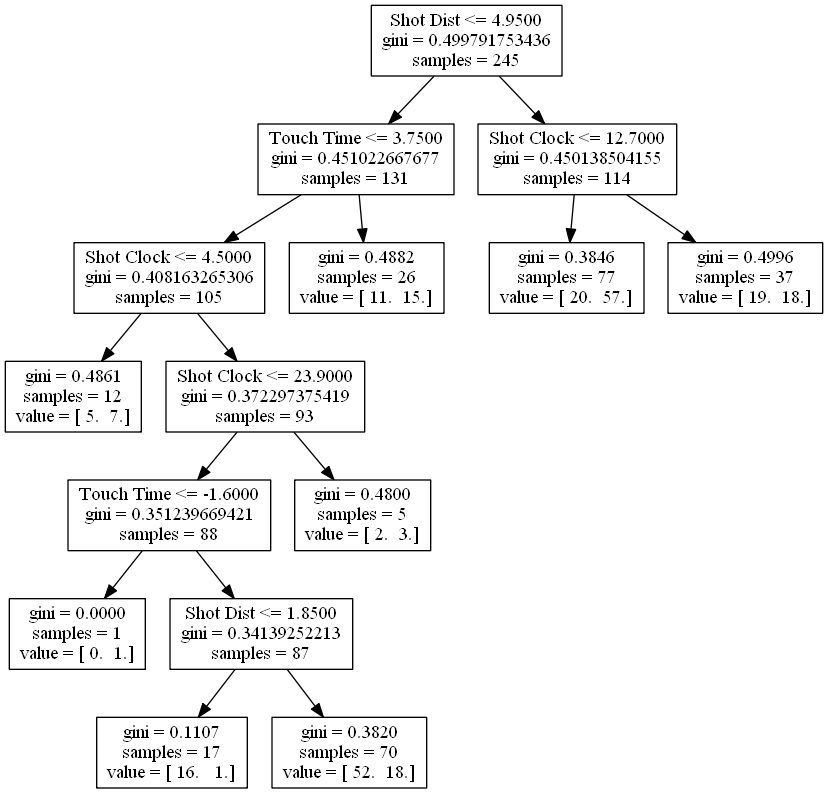
Before: demarcus_cousins.png, a diagram exported from Graphviz (bveber/Analyze_NBA). Its source is kept beside it as demarcus_cousins.dot. The source it was exported from:
```dot
digraph Tree {
0 [label="Shot Dist <= 4.9500\ngini = 0.499791753436\nsamples = 245", shape="box"] ;
1 [label="Touch Time <= 3.7500\ngini = 0.451022667677\nsamples = 131", shape="box"] ;
0 -> 1 ;
2 [label="Shot Clock <= 4.5000\ngini = 0.408163265306\nsamples = 105", shape="box"] ;
1 -> 2 ;
3 [label="gini = 0.4861\nsamples = 12\nvalue = [ 5.  7.]", shape="box"] ;
2 -> 3 ;
4 [label="Shot Clock <= 23.9000\ngini = 0.372297375419\nsamples = 93", shape="box"] ;
2 -> 4 ;
5 [label="Touch Time <= -1.6000\ngini = 0.351239669421\nsamples = 88", shape="box"] ;
4 -> 5 ;
6 [label="gini = 0.0000\nsamples = 1\nvalue = [ 0.  1.]", shape="box"] ;
5 -> 6 ;
7 [label="Shot Dist <= 1.8500\ngini = 0.34139252213\nsamples = 87", shape="box"] ;
5 -> 7 ;
8 [label="gini = 0.1107\nsamples = 17\nvalue = [ 16.   1.]", shape="box"] ;
7 -> 8 ;
9 [label="gini = 0.3820\nsamples = 70\nvalue = [ 52.  18.]", shape="box"] ;
7 -> 9 ;
10 [label="gini = 0.4800\nsamples = 5\nvalue = [ 2.  3.]", shape="box"] ;
4 -> 10 ;
11 [label="gini = 0.4882\nsamples = 26\nvalue = [ 11.  15.]", shape="box"] ;
1 -> 11 ;
12 [label="Shot Clock <= 12.7000\ngini = 0.450138504155\nsamples = 114", shape="box"] ;
0 -> 12 ;
13 [label="gini = 0.3846\nsamples = 77\nvalue = [ 20.  57.]", shape="box"] ;
12 -> 13 ;
14 [label="gini = 0.4996\nsamples = 37\nvalue = [ 19.  18.]", shape="box"] ;
12 -> 14 ;
}
```
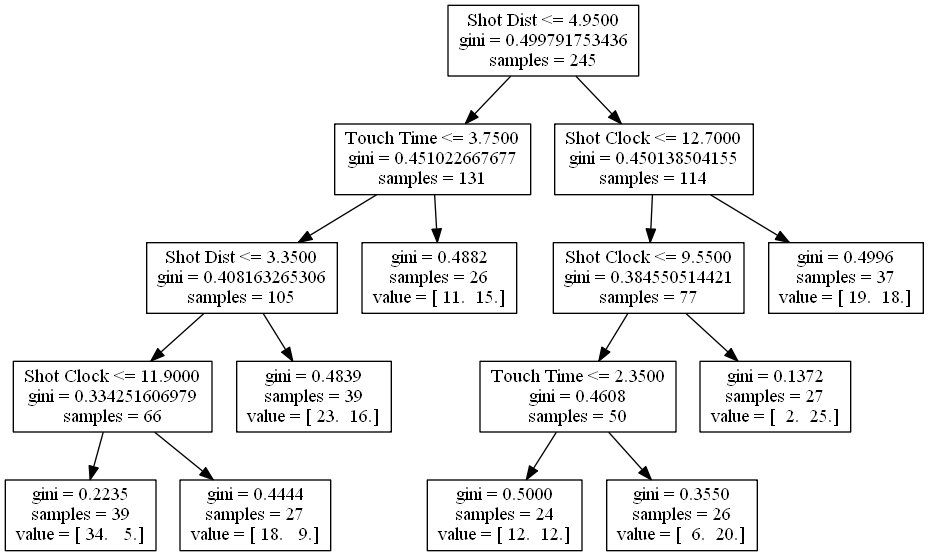
Later version of the same file.

Diff of the diagram source:
```diff
@@ -2,30 +2,30 @@
 0 [label="Shot Dist <= 4.9500\ngini = 0.499791753436\nsamples = 245", shape="box"] ;
 1 [label="Touch Time <= 3.7500\ngini = 0.451022667677\nsamples = 131", shape="box"] ;
 0 -> 1 ;
-2 [label="Shot Clock <= 4.5000\ngini = 0.408163265306\nsamples = 105", shape="box"] ;
+2 [label="Shot Dist <= 3.3500\ngini = 0.408163265306\nsamples = 105", shape="box"] ;
 1 -> 2 ;
-3 [label="gini = 0.4861\nsamples = 12\nvalue = [ 5.  7.]", shape="box"] ;
+3 [label="Shot Clock <= 11.9000\ngini = 0.334251606979\nsamples = 66", shape="box"] ;
 2 -> 3 ;
-4 [label="Shot Clock <= 23.9000\ngini = 0.372297375419\nsamples = 93", shape="box"] ;
-2 -> 4 ;
-5 [label="Touch Time <= -1.6000\ngini = 0.351239669421\nsamples = 88", shape="box"] ;
-4 -> 5 ;
-6 [label="gini = 0.0000\nsamples = 1\nvalue = [ 0.  1.]", shape="box"] ;
-5 -> 6 ;
-7 [label="Shot Dist <= 1.8500\ngini = 0.34139252213\nsamples = 87", shape="box"] ;
-5 -> 7 ;
-8 [label="gini = 0.1107\nsamples = 17\nvalue = [ 16.   1.]", shape="box"] ;
-7 -> 8 ;
-9 [label="gini = 0.3820\nsamples = 70\nvalue = [ 52.  18.]", shape="box"] ;
-7 -> 9 ;
-10 [label="gini = 0.4800\nsamples = 5\nvalue = [ 2.  3.]", shape="box"] ;
-4 -> 10 ;
-11 [label="gini = 0.4882\nsamples = 26\nvalue = [ 11.  15.]", shape="box"] ;
-1 -> 11 ;
-12 [label="Shot Clock <= 12.7000\ngini = 0.450138504155\nsamples = 114", shape="box"] ;
-0 -> 12 ;
-13 [label="gini = 0.3846\nsamples = 77\nvalue = [ 20.  57.]", shape="box"] ;
-12 -> 13 ;
+4 [label="gini = 0.2235\nsamples = 39\nvalue = [ 34.   5.]", shape="box"] ;
+3 -> 4 ;
+5 [label="gini = 0.4444\nsamples = 27\nvalue = [ 18.   9.]", shape="box"] ;
+3 -> 5 ;
+6 [label="gini = 0.4839\nsamples = 39\nvalue = [ 23.  16.]", shape="box"] ;
+2 -> 6 ;
+7 [label="gini = 0.4882\nsamples = 26\nvalue = [ 11.  15.]", shape="box"] ;
+1 -> 7 ;
+8 [label="Shot Clock <= 12.7000\ngini = 0.450138504155\nsamples = 114", shape="box"] ;
+0 -> 8 ;
+9 [label="Shot Clock <= 9.5500\ngini = 0.384550514421\nsamples = 77", shape="box"] ;
+8 -> 9 ;
+10 [label="Touch Time <= 2.3500\ngini = 0.4608\nsamples = 50", shape="box"] ;
+9 -> 10 ;
+11 [label="gini = 0.5000\nsamples = 24\nvalue = [ 12.  12.]", shape="box"] ;
+10 -> 11 ;
+12 [label="gini = 0.3550\nsamples = 26\nvalue = [  6.  20.]", shape="box"] ;
+10 -> 12 ;
+13 [label="gini = 0.1372\nsamples = 27\nvalue = [  2.  25.]", shape="box"] ;
+9 -> 13 ;
 14 [label="gini = 0.4996\nsamples = 37\nvalue = [ 19.  18.]", shape="box"] ;
-12 -> 14 ;
+8 -> 14 ;
 }
```
